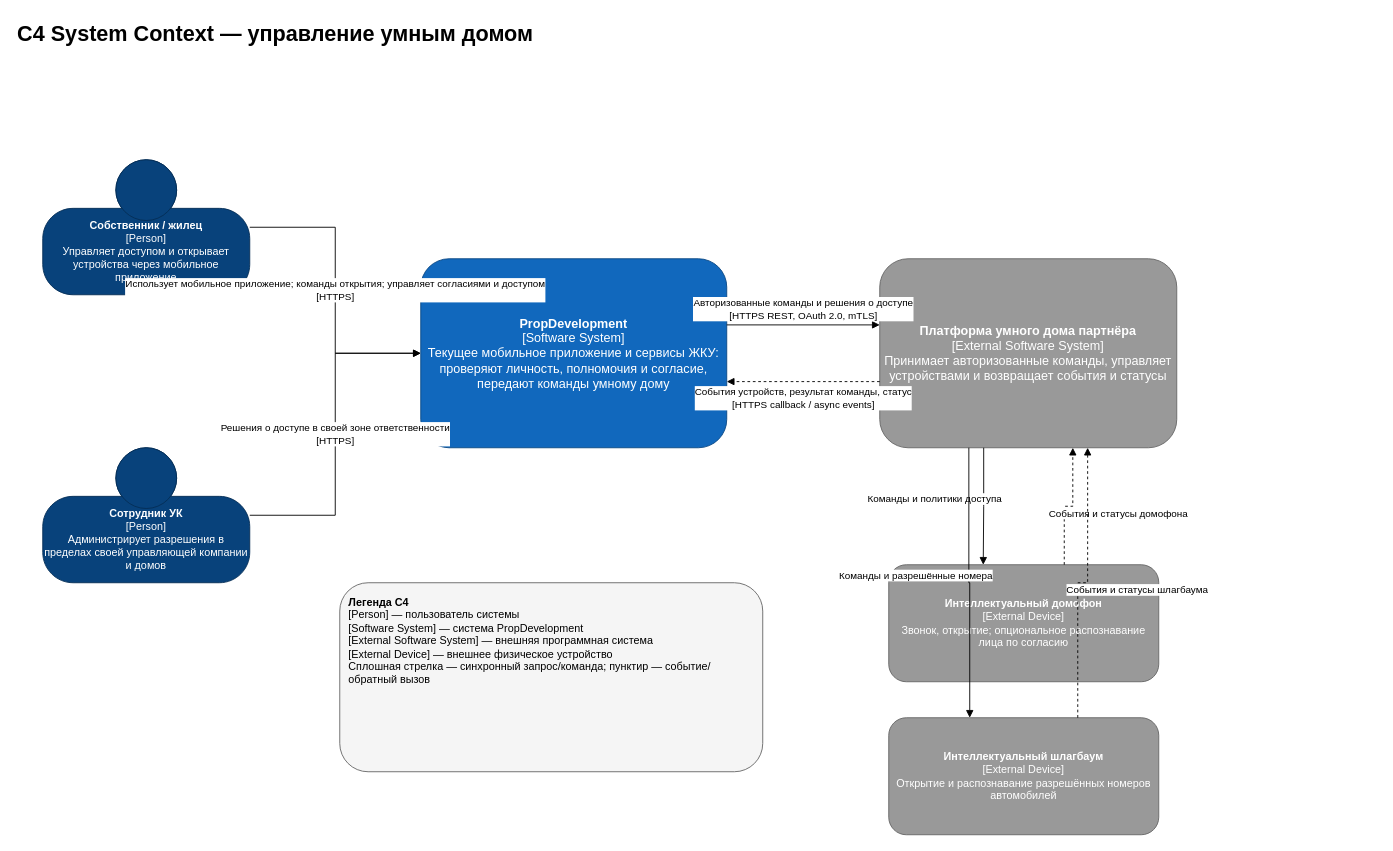
Earlier version of the draw.io diagram Task3/context.drawio (talasbekov/architecture-pro-propdevelopment). Source tidied: cells renumbered, new cells numbered last; positions are measured from the earlier drawing's top-left corner, leaving out a move shared by most shapes. Both pictures are drawn from the tidied source at 90%, with x=0, y=0 at pixel (15, 15).
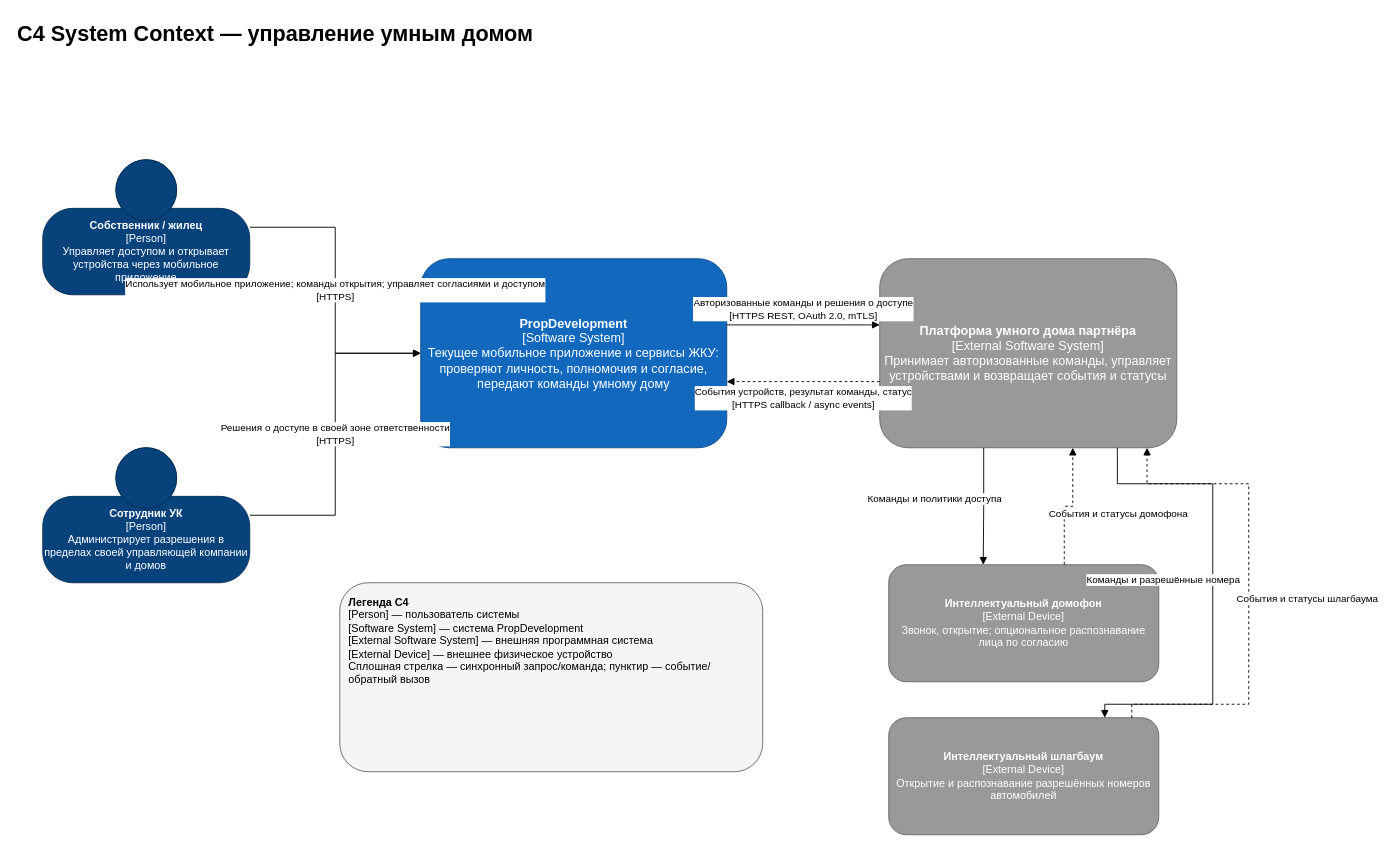
The same diagram, later.

Commit message (it also covers changes not shown here):
fix: route barrier flows around intercom

The change refers to these unchanged cells:
```xml
<mxCell id="6" value="&lt;b&gt;Платформа умного дома партнёра&lt;/b&gt;&lt;br&gt;[External Software System]&lt;br&gt;Принимает авторизованные команды, управляет устройствами и возвращает события и статусы" style="rounded=1;whiteSpace=wrap;html=1;fillColor=#999999;fontColor=#ffffff;strokeColor=#666666;fontSize=14;" parent="1" vertex="1">
  <mxGeometry x="960" y="270" width="330" height="210" as="geometry" />
</mxCell>
<mxCell id="8" value="&lt;b&gt;Интеллектуальный шлагбаум&lt;/b&gt;&lt;br&gt;[External Device]&lt;br&gt;Открытие и распознавание разрешённых номеров автомобилей" style="rounded=1;whiteSpace=wrap;html=1;fillColor=#999999;fontColor=#ffffff;strokeColor=#666666;" parent="1" vertex="1">
  <mxGeometry x="970" y="780" width="300" height="130" as="geometry" />
</mxCell>
```

Diff of the diagram source:
```diff
@@
-    <mxCell id="14" value="Команды и разрешённые номера" style="edgeStyle=orthogonalEdgeStyle;rounded=0;html=1;endArrow=block;endFill=1;exitX=0.3;exitY=1;entryX=0.3;entryY=0;" parent="1" edge="1" source="6" target="8">
+    <mxCell id="14" value="Команды и разрешённые номера" style="edgeStyle=orthogonalEdgeStyle;rounded=0;html=1;endArrow=block;endFill=1;exitX=0.8;exitY=1;entryX=0.8;entryY=0;" parent="1" edge="1" source="6" target="8">
       <mxGeometry relative="1" as="geometry">
-        <mxPoint x="-60" y="-8" as="offset" />
+        <Array as="points">
+          <mxPoint x="1330" y="520" />
+          <mxPoint x="1330" y="765" />
+        </Array>
+        <mxPoint x="-55" y="-10" as="offset" />
       </mxGeometry>
     </mxCell>
@@
-    <mxCell id="16" value="События и статусы шлагбаума" style="edgeStyle=orthogonalEdgeStyle;rounded=0;html=1;endArrow=block;endFill=1;dashed=1;exitX=0.7;exitY=0;entryX=0.7;entryY=1;" parent="1" edge="1" source="8" target="6">
+    <mxCell id="16" value="События и статусы шлагбаума" style="edgeStyle=orthogonalEdgeStyle;rounded=0;html=1;endArrow=block;endFill=1;dashed=1;exitX=0.9;exitY=0;entryX=0.9;entryY=1;" parent="1" edge="1" source="8" target="6">
       <mxGeometry relative="1" as="geometry">
-        <mxPoint x="60" y="8" as="offset" />
+        <Array as="points">
+          <mxPoint x="1370" y="765" />
+          <mxPoint x="1370" y="520" />
+        </Array>
+        <mxPoint x="65" y="10" as="offset" />
       </mxGeometry>
     </mxCell>
```
